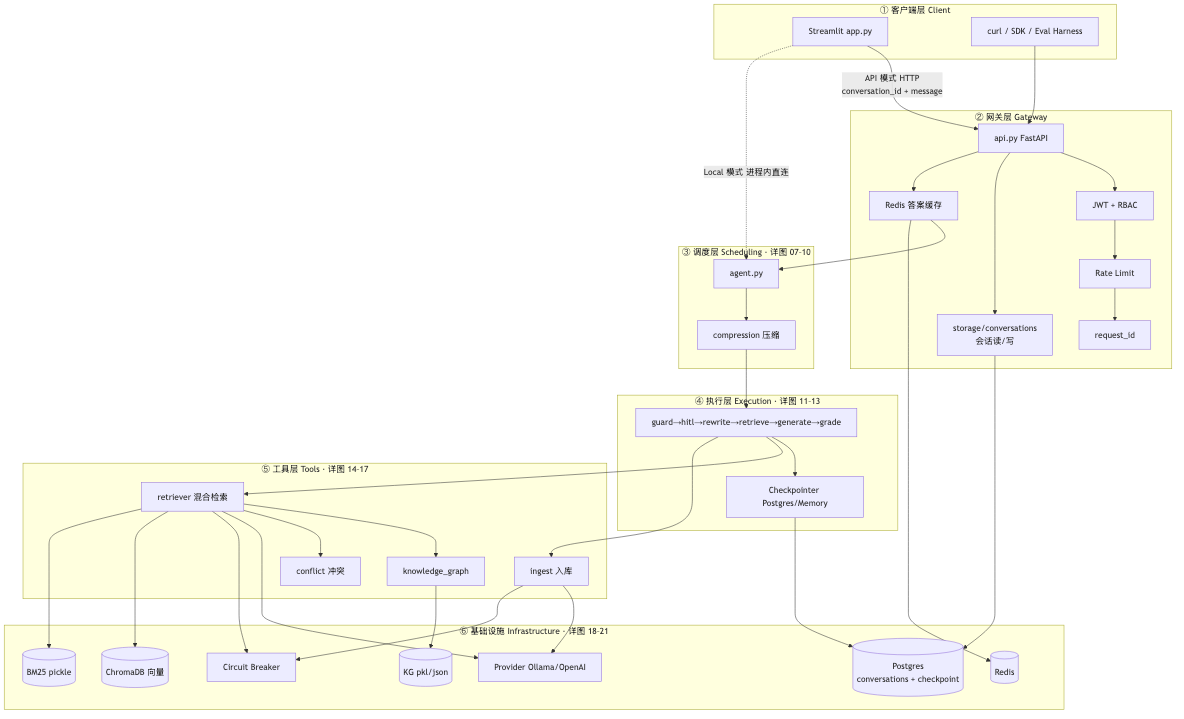
This is project_00_rag_agent/docs/diagrams/01_layers_overview.png from charlie-chann/ai-agent-langgraph-main, a Mermaid export, as it was before one commit. Its source is kept beside it as project_00_rag_agent/docs/diagrams/source/01_layers_overview.mmd.
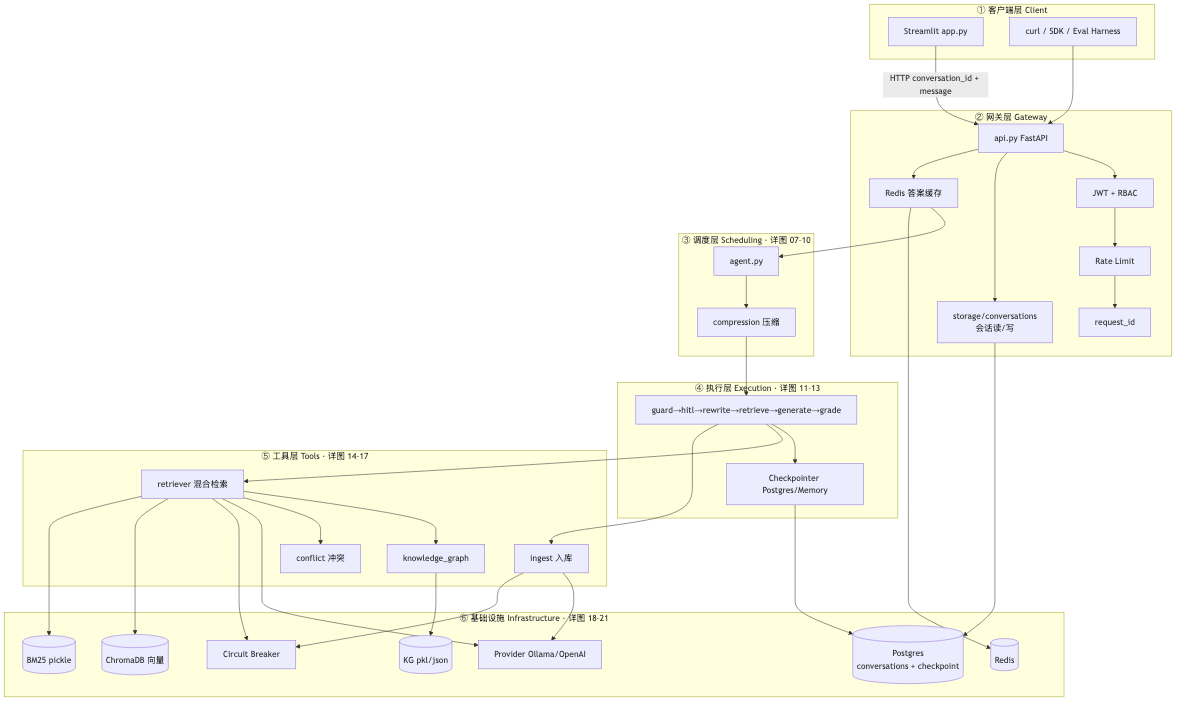
The same file after the commit.

Diff of the diagram source:
```diff
@@ -40,8 +40,7 @@
         PG[(Postgres<br/>conversations + checkpoint)]
     end
 
-  ST -->|API 模式 HTTP<br/>conversation_id + message| API
-  ST -.->|Local 模式 进程内直连| AGENT
+  ST -->|HTTP conversation_id + message| API
   CLI --> API
   API --> AUTH --> RL --> RID
   API --> CONV
```
